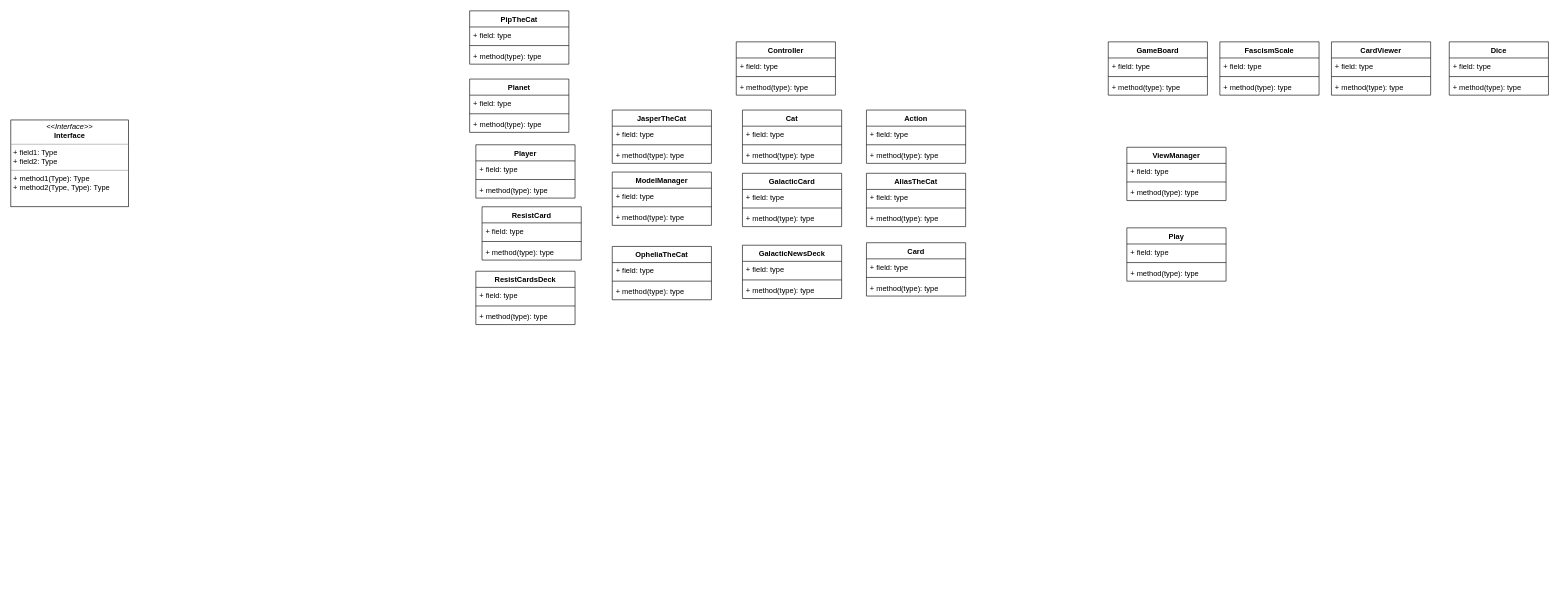
The draw.io diagram Untitled Diagram.drawio in littleVrunningaround/UML-Diagram, before the edit. Source tidied: cells renumbered, new cells numbered last; positions are measured from the earlier drawing's top-left corner, leaving out a move shared by most shapes. Both pictures are drawn from the tidied source at 62%, with x=0, y=0 at pixel (11, 11).
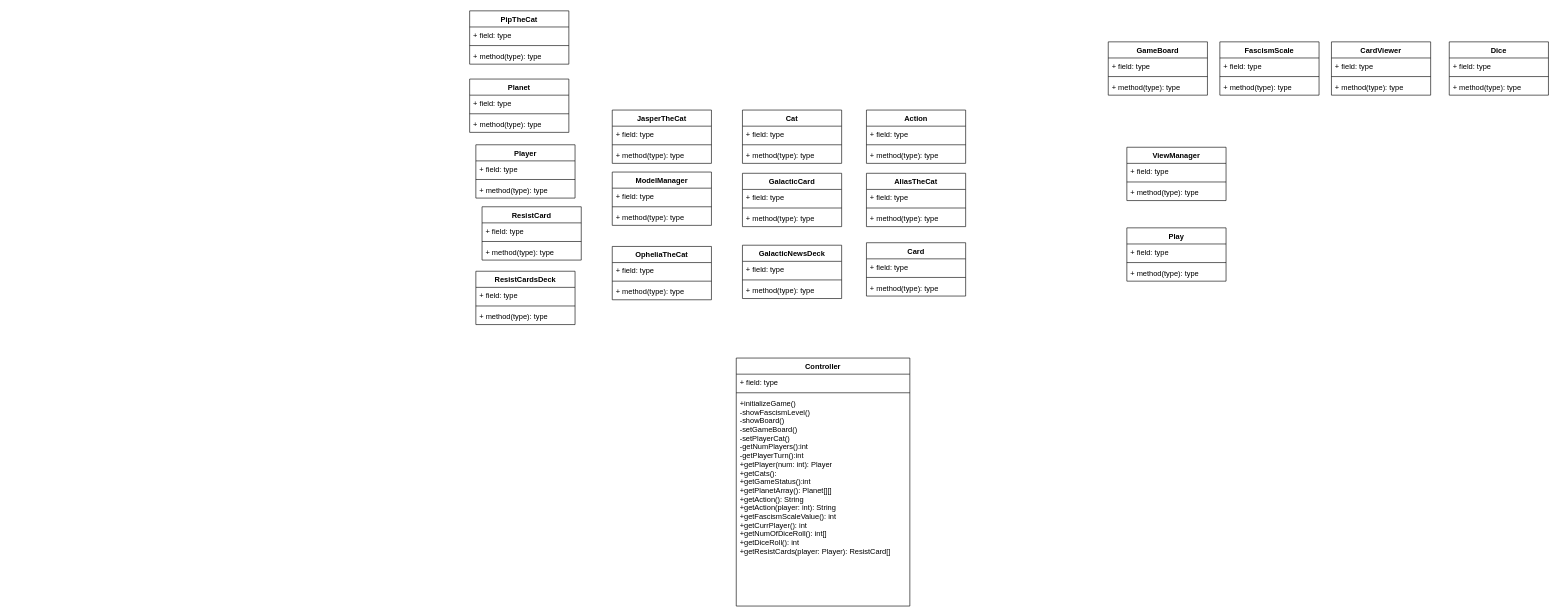
The same page after the edit.

Diff of the diagram source:
```diff
@@
-    <mxCell id="6" value="&lt;p style=&quot;margin:0px;margin-top:4px;text-align:center;&quot;&gt;&lt;i&gt;&amp;lt;&amp;lt;Interface&amp;gt;&amp;gt;&lt;/i&gt;&lt;br/&gt;&lt;b&gt;Interface&lt;/b&gt;&lt;/p&gt;&lt;hr size=&quot;1&quot;/&gt;&lt;p style=&quot;margin:0px;margin-left:4px;&quot;&gt;+ field1: Type&lt;br/&gt;+ field2: Type&lt;/p&gt;&lt;hr size=&quot;1&quot;/&gt;&lt;p style=&quot;margin:0px;margin-left:4px;&quot;&gt;+ method1(Type): Type&lt;br/&gt;+ method2(Type, Type): Type&lt;/p&gt;" style="verticalAlign=top;align=left;overflow=fill;fontSize=12;fontFamily=Helvetica;html=1;" parent="1" vertex="1">
-      <mxGeometry y="176" width="190" height="140" as="geometry" />
-    </mxCell>
@@
     <mxCell id="27" value="Controller" style="swimlane;fontStyle=1;align=center;verticalAlign=top;horizontal=1;startSize=26;" parent="1" vertex="1">
-      <mxGeometry x="1170" y="50" width="160" height="86" as="geometry" />
+      <mxGeometry x="1170" y="560" width="280" height="400" as="geometry" />
     </mxCell>
     <mxCell id="28" value="+ field: type" style="text;strokeColor=none;fillColor=none;align=left;verticalAlign=top;spacingLeft=4;spacingRight=4;overflow=hidden;" parent="27" vertex="1">
-      <mxGeometry y="26" width="160" height="26" as="geometry" />
+      <mxGeometry y="26" width="280" height="26" as="geometry" />
     </mxCell>
     <mxCell id="29" style="line;strokeWidth=1;fillColor=none;align=left;verticalAlign=middle;spacingTop=-1;spacingLeft=3;spacingRight=3;labelPosition=right;strokeColor=inherit;" parent="27" vertex="1">
-      <mxGeometry y="52" width="160" height="8" as="geometry" />
+      <mxGeometry y="52" width="280" height="8" as="geometry" />
     </mxCell>
-    <mxCell id="30" value="+ method(type): type" style="text;strokeColor=none;fillColor=none;align=left;verticalAlign=top;spacingLeft=4;spacingRight=4;overflow=hidden;" parent="27" vertex="1">
-      <mxGeometry y="60" width="160" height="26" as="geometry" />
+    <mxCell id="30" value="+initializeGame()&#10;-showFascismLevel()&#10;-showBoard()&#10;-setGameBoard()&#10;-setPlayerCat()&#10;-getNumPlayers():int&#10;-getPlayerTurn():int&#10;+getPlayer(num: int): Player&#10;+getCats(): &#10;+getGameStatus():int&#10;+getPlanetArray(): Planet[][]&#10;+getAction(): String&#10;+getAction(player: int): String&#10;+getFascismScaleValue(): int&#10;+getCurrPlayer(): int&#10;+getNumOfDiceRoll(): int[]&#10;+getDiceRoll(): int&#10;+getResistCards(player: Player): ResistCard[]&#10;" style="text;strokeColor=none;fillColor=none;align=left;verticalAlign=top;spacingLeft=4;spacingRight=4;overflow=hidden;" parent="27" vertex="1">
+      <mxGeometry y="60" width="280" height="340" as="geometry" />
     </mxCell>
```
